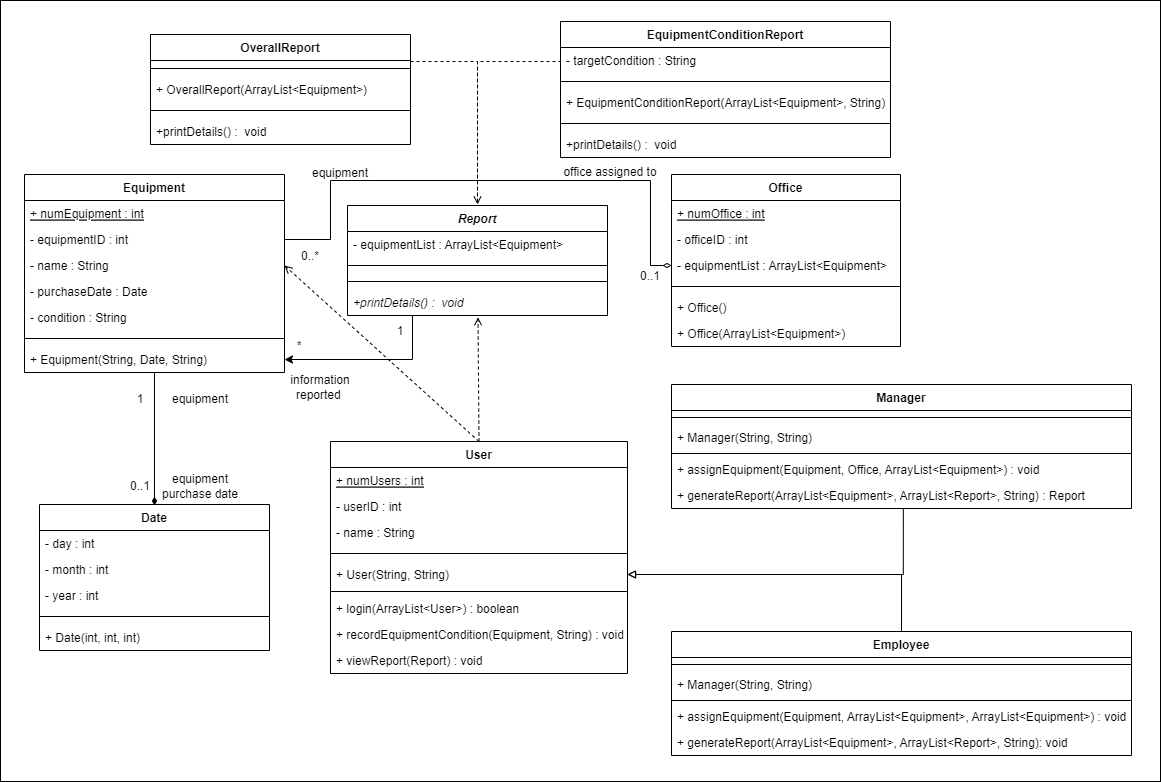
Before: UMLS/Class Diagram.drawio.png, a diagram exported from draw.io (KillaDrex/Asset-Acquisition-Monitoring-System). Source tidied: cells renumbered, new cells last; positions are measured from the earlier drawing's top-left corner, leaving out a move shared by most shapes.
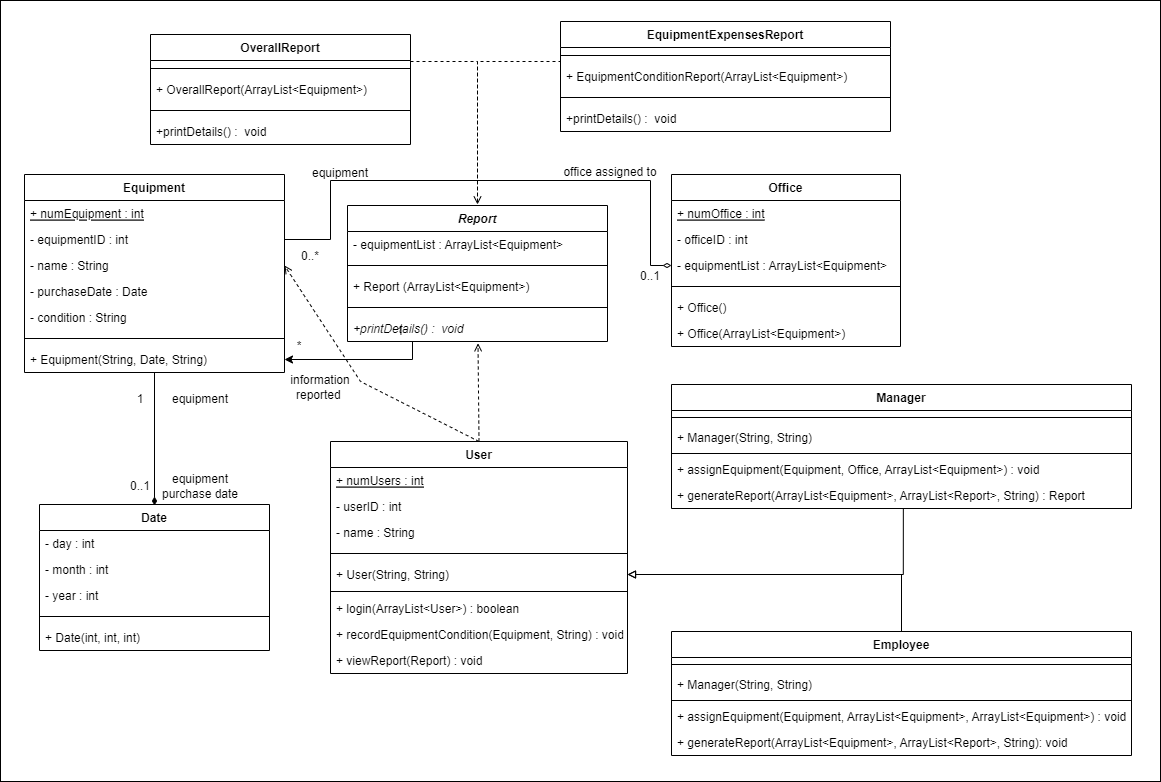
After the commit.

Commit message:
Update class diagram

Change to the diagram source:
```diff
@@ -9,7 +9,11 @@
       <mxGeometry relative="1" as="geometry" />
     </mxCell>
     <mxCell id="4" style="edgeStyle=none;rounded=0;jettySize=auto;html=1;exitX=0.5;exitY=0;exitDx=0;exitDy=0;entryX=1;entryY=0.5;entryDx=0;entryDy=0;dashed=1;endArrow=open;endFill=0;" parent="1" edge="1" source="5" target="31">
-      <mxGeometry relative="1" as="geometry" />
+      <mxGeometry relative="1" as="geometry">
+        <Array as="points">
+          <mxPoint x="360" y="381" />
+        </Array>
+      </mxGeometry>
     </mxCell>
     <mxCell id="5" value="User" style="swimlane;fontStyle=1;align=center;verticalAlign=top;horizontal=1;startSize=26;" parent="1" vertex="1">
       <mxGeometry x="330" y="441" width="297" height="232" as="geometry" />
@@ -136,10 +140,14 @@
       <mxGeometry y="146" width="229" height="26" as="geometry" />
     </mxCell>
     <mxCell id="44" style="edgeStyle=orthogonalEdgeStyle;rounded=0;jettySize=auto;html=1;exitX=0.25;exitY=1;exitDx=0;exitDy=0;entryX=1;entryY=0.5;entryDx=0;entryDy=0;startArrow=none;startFill=0;endArrow=classic;endFill=1;strokeWidth=1;" parent="1" edge="1" source="45" target="35">
-      <mxGeometry relative="1" as="geometry" />
+      <mxGeometry relative="1" as="geometry">
+        <Array as="points">
+          <mxPoint x="412" y="359" />
+        </Array>
+      </mxGeometry>
     </mxCell>
     <mxCell id="45" value="Report" style="swimlane;fontStyle=3;align=center;verticalAlign=top;horizontal=1;startSize=26;" parent="1" vertex="1">
-      <mxGeometry x="347" y="205" width="260" height="110" as="geometry" />
+      <mxGeometry x="347" y="205" width="260" height="136" as="geometry" />
     </mxCell>
     <mxCell id="46" value="- equipmentList : ArrayList&lt;Equipment&gt;" style="text;strokeColor=none;fillColor=none;align=left;verticalAlign=top;spacingLeft=4;spacingRight=4;overflow=hidden;fontStyle=0;" parent="45" vertex="1">
       <mxGeometry y="26" width="260" height="26" as="geometry" />
@@ -147,11 +155,14 @@
     <mxCell id="47" style="line;strokeWidth=1;fillColor=none;align=left;verticalAlign=middle;spacingTop=-1;spacingLeft=3;spacingRight=3;labelPosition=right;" parent="45" vertex="1">
       <mxGeometry y="52" width="260" height="16" as="geometry" />
     </mxCell>
+    <mxCell id="82" value="+ Report (ArrayList&lt;Equipment&gt;)" style="text;strokeColor=none;fillColor=none;align=left;verticalAlign=top;spacingLeft=4;spacingRight=4;overflow=hidden;fontStyle=0;" parent="45" vertex="1">
+      <mxGeometry y="68" width="260" height="26" as="geometry" />
+    </mxCell>
     <mxCell id="48" style="line;strokeWidth=1;fillColor=none;align=left;verticalAlign=middle;spacingTop=-1;spacingLeft=3;spacingRight=3;labelPosition=right;" parent="45" vertex="1">
-      <mxGeometry y="68" width="260" height="16" as="geometry" />
+      <mxGeometry y="94" width="260" height="16" as="geometry" />
     </mxCell>
     <mxCell id="49" value="+printDetails() :  void" style="text;strokeColor=none;fillColor=none;align=left;verticalAlign=top;spacingLeft=4;spacingRight=4;overflow=hidden;points=[[0,0.5],[1,0.5]];portConstraint=eastwest;fontStyle=2;" parent="45" vertex="1">
-      <mxGeometry y="84" width="260" height="26" as="geometry" />
+      <mxGeometry y="110" width="260" height="26" as="geometry" />
     </mxCell>
     <mxCell id="50" style="rounded=0;orthogonalLoop=1;jettySize=auto;html=1;exitX=1;exitY=0.5;exitDx=0;exitDy=0;dashed=1;endArrow=open;endFill=0;entryX=0.5;entryY=0;entryDx=0;entryDy=0;edgeStyle=orthogonalEdgeStyle;" parent="1" edge="1">
       <mxGeometry relative="1" as="geometry">
@@ -178,23 +189,20 @@
     <mxCell id="55" value="+printDetails() :  void" style="text;strokeColor=none;fillColor=none;align=left;verticalAlign=top;spacingLeft=4;spacingRight=4;overflow=hidden;fontStyle=0;" parent="51" vertex="1">
       <mxGeometry y="84" width="260" height="26" as="geometry" />
     </mxCell>
-    <mxCell id="56" value="EquipmentConditionReport" style="swimlane;fontStyle=1;align=center;verticalAlign=top;horizontal=1;startSize=26;" parent="1" vertex="1">
-      <mxGeometry x="560" y="21" width="330" height="136" as="geometry" />
+    <mxCell id="56" value="EquipmentExpensesReport" style="swimlane;fontStyle=1;align=center;verticalAlign=top;horizontal=1;startSize=26;" parent="1" vertex="1">
+      <mxGeometry x="560" y="21" width="330" height="110" as="geometry" />
     </mxCell>
-    <mxCell id="57" value="- targetCondition : String" style="text;strokeColor=none;fillColor=none;align=left;verticalAlign=top;spacingLeft=4;spacingRight=4;overflow=hidden;points=[[0,0.5],[1,0.5]];portConstraint=eastwest;" parent="56" vertex="1">
-      <mxGeometry y="26" width="330" height="26" as="geometry" />
-    </mxCell>
     <mxCell id="58" style="line;strokeWidth=1;fillColor=none;align=left;verticalAlign=middle;spacingTop=-1;spacingLeft=3;spacingRight=3;labelPosition=right;" parent="56" vertex="1">
-      <mxGeometry y="52" width="330" height="16" as="geometry" />
+      <mxGeometry y="26" width="330" height="16" as="geometry" />
     </mxCell>
-    <mxCell id="59" value="+ EquipmentConditionReport(ArrayList&lt;Equipment&gt;, String)" style="text;strokeColor=none;fillColor=none;align=left;verticalAlign=top;spacingLeft=4;spacingRight=4;overflow=hidden;" parent="56" vertex="1">
-      <mxGeometry y="68" width="330" height="26" as="geometry" />
+    <mxCell id="59" value="+ EquipmentConditionReport(ArrayList&lt;Equipment&gt;)" style="text;strokeColor=none;fillColor=none;align=left;verticalAlign=top;spacingLeft=4;spacingRight=4;overflow=hidden;" parent="56" vertex="1">
+      <mxGeometry y="42" width="330" height="26" as="geometry" />
     </mxCell>
     <mxCell id="60" style="line;strokeWidth=1;fillColor=none;align=left;verticalAlign=middle;spacingTop=-1;spacingLeft=3;spacingRight=3;labelPosition=right;" parent="56" vertex="1">
-      <mxGeometry y="94" width="330" height="16" as="geometry" />
+      <mxGeometry y="68" width="330" height="16" as="geometry" />
     </mxCell>
     <mxCell id="61" value="+printDetails() :  void" style="text;strokeColor=none;fillColor=none;align=left;verticalAlign=top;spacingLeft=4;spacingRight=4;overflow=hidden;fontStyle=0;" parent="56" vertex="1">
-      <mxGeometry y="110" width="330" height="26" as="geometry" />
+      <mxGeometry y="84" width="330" height="26" as="geometry" />
     </mxCell>
     <mxCell id="62" style="edgeStyle=orthogonalEdgeStyle;rounded=0;orthogonalLoop=1;jettySize=auto;html=1;exitX=0.5;exitY=0;exitDx=0;exitDy=0;entryX=0.5;entryY=0.962;entryDx=0;entryDy=0;entryPerimeter=0;endArrow=none;endFill=0;startArrow=diamondThin;startFill=1;" parent="1" edge="1">
       <mxGeometry relative="1" as="geometry">
@@ -220,8 +228,9 @@
     <mxCell id="68" value="+ Date(int, int, int)" style="text;strokeColor=none;fillColor=none;align=left;verticalAlign=top;spacingLeft=4;spacingRight=4;overflow=hidden;" parent="63" vertex="1">
       <mxGeometry y="120" width="230" height="26" as="geometry" />
     </mxCell>
-    <mxCell id="69" style="edgeStyle=orthogonalEdgeStyle;rounded=0;jettySize=auto;html=1;exitX=0;exitY=0.5;exitDx=0;exitDy=0;entryX=0.5;entryY=0;entryDx=0;entryDy=0;endArrow=none;endFill=0;dashed=1;" parent="1" edge="1" source="57" target="45">
+    <mxCell id="69" style="edgeStyle=orthogonalEdgeStyle;rounded=0;jettySize=auto;html=1;exitX=0;exitY=0.5;exitDx=0;exitDy=0;entryX=0.5;entryY=0;entryDx=0;entryDy=0;endArrow=none;endFill=0;dashed=1;" parent="1" edge="1" target="45">
       <mxGeometry relative="1" as="geometry">
+        <mxPoint x="560" y="60" as="sourcePoint" />
         <Array as="points">
           <mxPoint x="560" y="61" />
           <mxPoint x="477" y="61" />
```
